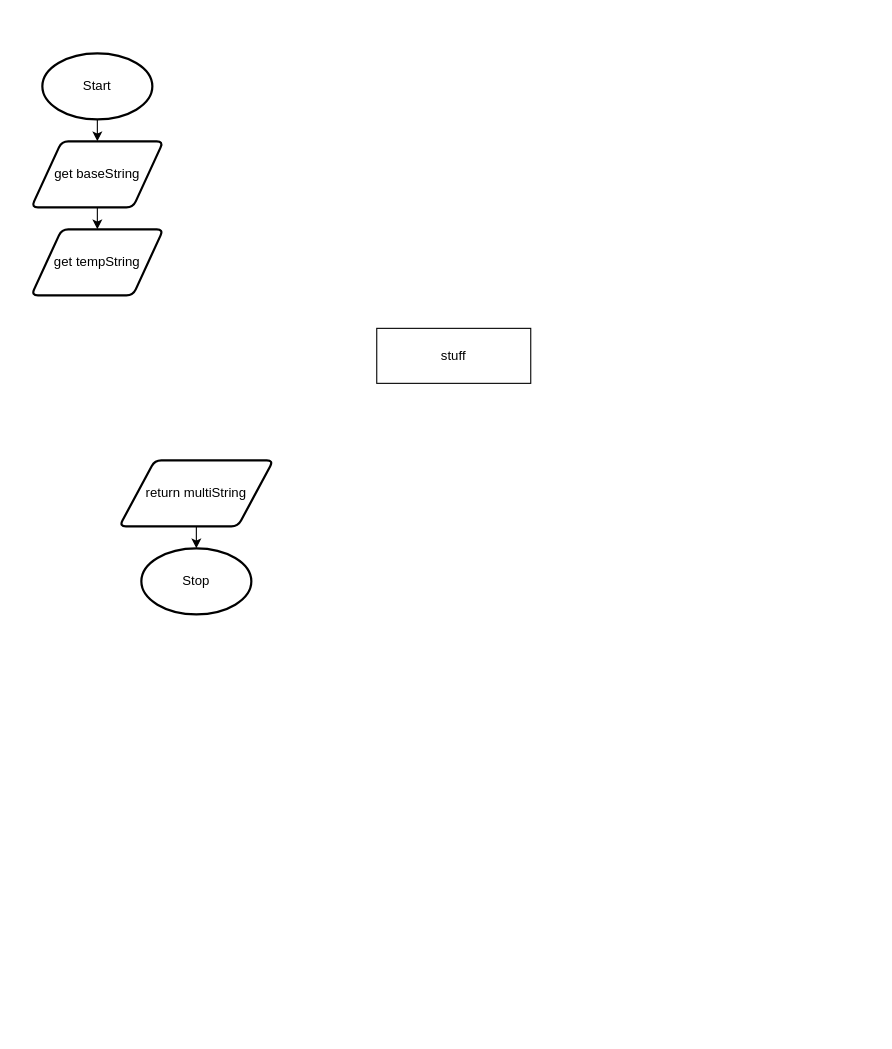
Earlier version of the draw.io diagram drawio/flowchart.drawio (Aidan-Lalonde-Novales/ics4u-assignment2-typescript). Source tidied: cells renumbered, new cells numbered last; positions are measured from the earlier drawing's top-left corner, leaving out a move shared by most shapes. Both pictures are drawn from the tidied source at 110%, with x=0, y=0 at pixel (31, 53).
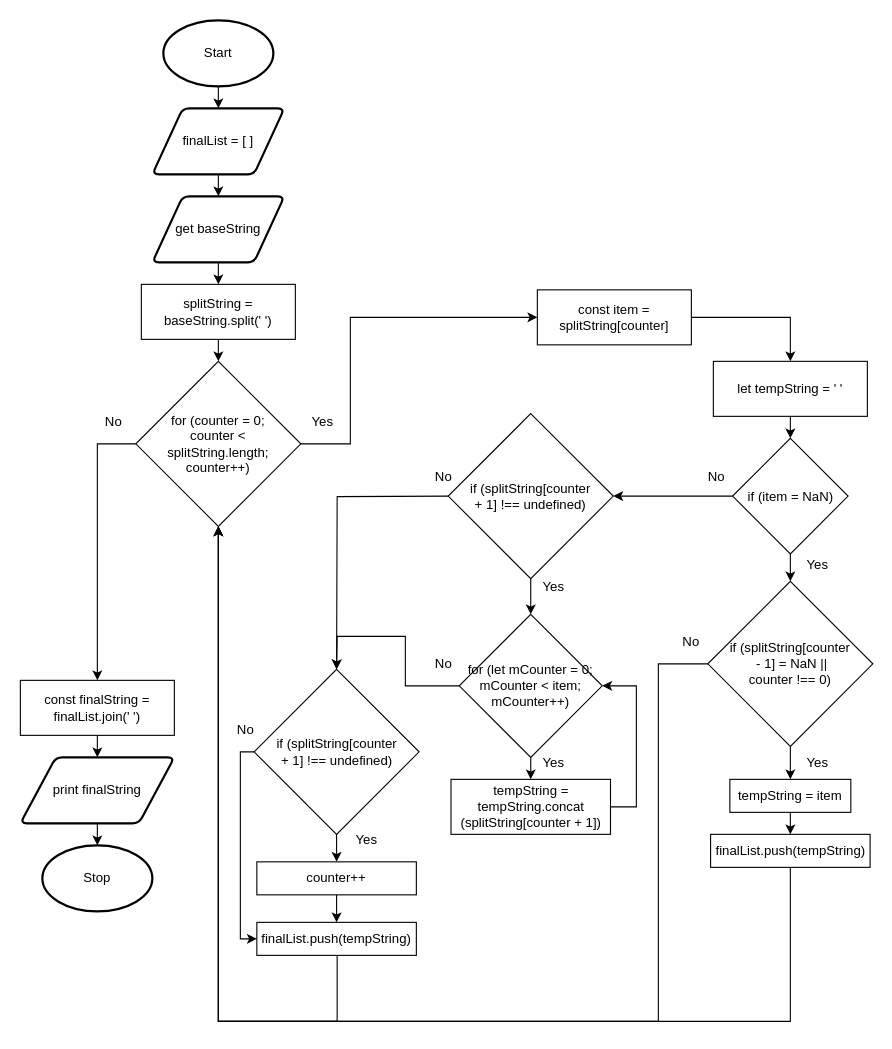
After the change.

Change to the diagram source:
```diff
@@
-    <mxCell id="2" style="edgeStyle=none;html=1;exitX=0.5;exitY=1;exitDx=0;exitDy=0;exitPerimeter=0;entryX=0.5;entryY=0;entryDx=0;entryDy=0;" parent="1" edge="1" source="3" target="5">
-      <mxGeometry relative="1" as="geometry" />
-    </mxCell>
+    <mxCell id="11" style="edgeStyle=none;html=1;exitX=0.5;exitY=1;exitDx=0;exitDy=0;exitPerimeter=0;entryX=0.5;entryY=0;entryDx=0;entryDy=0;" parent="1" edge="1" source="3" target="15">
+      <mxGeometry relative="1" as="geometry" />
+    </mxCell>
     <mxCell id="3" value="Start" style="strokeWidth=2;html=1;shape=mxgraph.flowchart.start_1;whiteSpace=wrap;" parent="1" vertex="1">
-      <mxGeometry x="10" width="100" height="60" as="geometry" />
+      <mxGeometry x="120" y="-30" width="100" height="60" as="geometry" />
     </mxCell>
-    <mxCell id="4" style="edgeStyle=none;html=1;exitX=0.5;exitY=1;exitDx=0;exitDy=0;entryX=0.5;entryY=0;entryDx=0;entryDy=0;" parent="1" edge="1" source="5" target="10">
-      <mxGeometry relative="1" as="geometry" />
-    </mxCell>
+    <mxCell id="12" style="edgeStyle=none;html=1;exitX=0.5;exitY=1;exitDx=0;exitDy=0;entryX=0.5;entryY=0;entryDx=0;entryDy=0;" parent="1" edge="1" source="5" target="7">
+      <mxGeometry relative="1" as="geometry" />
+    </mxCell>
     <mxCell id="5" value="get baseString" style="shape=parallelogram;html=1;strokeWidth=2;perimeter=parallelogramPerimeter;whiteSpace=wrap;rounded=1;arcSize=12;size=0.23;" parent="1" vertex="1">
-      <mxGeometry y="80" width="120" height="60" as="geometry" />
+      <mxGeometry x="110" y="130" width="120" height="60" as="geometry" />
     </mxCell>
     <mxCell id="6" value="Stop" style="strokeWidth=2;html=1;shape=mxgraph.flowchart.start_1;whiteSpace=wrap;" parent="1" vertex="1">
-      <mxGeometry x="100" y="450" width="100" height="60" as="geometry" />
+      <mxGeometry x="10" y="720" width="100" height="60" as="geometry" />
     </mxCell>
+    <mxCell id="13" style="edgeStyle=none;html=1;exitX=0.5;exitY=1;exitDx=0;exitDy=0;entryX=0.5;entryY=0;entryDx=0;entryDy=0;" parent="1" edge="1" source="7" target="18">
+      <mxGeometry relative="1" as="geometry" />
+    </mxCell>
-    <mxCell id="7" value="stuff" style="rounded=0;whiteSpace=wrap;html=1;" parent="1" vertex="1">
-      <mxGeometry x="314" y="250" width="140" height="50" as="geometry" />
+    <mxCell id="7" value="splitString = baseString.split(' ')" style="rounded=0;whiteSpace=wrap;html=1;" parent="1" vertex="1">
+      <mxGeometry x="100" y="210" width="140" height="50" as="geometry" />
     </mxCell>
-    <mxCell id="8" style="edgeStyle=none;html=1;exitX=0.5;exitY=1;exitDx=0;exitDy=0;entryX=0.5;entryY=0;entryDx=0;entryDy=0;entryPerimeter=0;" parent="1" edge="1" source="9" target="6">
+    <mxCell id="8" style="edgeStyle=none;rounded=0;html=1;exitX=0.5;exitY=1;exitDx=0;exitDy=0;entryX=0.5;entryY=0;entryDx=0;entryDy=0;entryPerimeter=0;" parent="1" edge="1" source="9" target="6">
       <mxGeometry relative="1" as="geometry" />
     </mxCell>
-    <mxCell id="9" value="return multiString" style="shape=parallelogram;html=1;strokeWidth=2;perimeter=parallelogramPerimeter;whiteSpace=wrap;rounded=1;arcSize=12;size=0.23;" parent="1" vertex="1">
-      <mxGeometry x="80" y="370" width="140" height="60" as="geometry" />
+    <mxCell id="9" value="print finalString" style="shape=parallelogram;html=1;strokeWidth=2;perimeter=parallelogramPerimeter;whiteSpace=wrap;rounded=1;arcSize=12;size=0.23;" parent="1" vertex="1">
+      <mxGeometry x="-10" y="640" width="140" height="60" as="geometry" />
     </mxCell>
-    <mxCell id="10" value="get tempString" style="shape=parallelogram;html=1;strokeWidth=2;perimeter=parallelogramPerimeter;whiteSpace=wrap;rounded=1;arcSize=12;size=0.23;" parent="1" vertex="1">
-      <mxGeometry y="160" width="120" height="60" as="geometry" />
-    </mxCell>
+    <mxCell id="14" style="edgeStyle=none;html=1;exitX=0.5;exitY=1;exitDx=0;exitDy=0;entryX=0.5;entryY=0;entryDx=0;entryDy=0;" parent="1" edge="1" source="15" target="5">
+      <mxGeometry relative="1" as="geometry" />
+    </mxCell>
+    <mxCell id="15" value="finalList = [ ]" style="shape=parallelogram;html=1;strokeWidth=2;perimeter=parallelogramPerimeter;whiteSpace=wrap;rounded=1;arcSize=12;size=0.23;" parent="1" vertex="1">
+      <mxGeometry x="110" y="50" width="120" height="60" as="geometry" />
+    </mxCell>
+    <mxCell id="16" style="edgeStyle=none;rounded=0;html=1;exitX=1;exitY=0.5;exitDx=0;exitDy=0;entryX=0;entryY=0.5;entryDx=0;entryDy=0;" parent="1" edge="1" source="18" target="22">
+      <mxGeometry relative="1" as="geometry">
+        <Array as="points">
+          <mxPoint x="290" y="355" />
+          <mxPoint x="290" y="240" />
+        </Array>
+      </mxGeometry>
+    </mxCell>
+    <mxCell id="17" style="edgeStyle=none;rounded=0;html=1;exitX=0;exitY=0.5;exitDx=0;exitDy=0;entryX=0.5;entryY=0;entryDx=0;entryDy=0;" parent="1" edge="1" source="18" target="26">
+      <mxGeometry relative="1" as="geometry">
+        <Array as="points">
+          <mxPoint x="60" y="355" />
+        </Array>
+      </mxGeometry>
+    </mxCell>
+    <mxCell id="18" value="for (counter = 0; &lt;br&gt;counter &amp;lt; &lt;br&gt;splitString.length; counter++)" style="rhombus;whiteSpace=wrap;html=1;" parent="1" vertex="1">
+      <mxGeometry x="95" y="280" width="150" height="150" as="geometry" />
+    </mxCell>
+    <mxCell id="19" value="No" style="text;html=1;strokeColor=none;fillColor=none;align=center;verticalAlign=middle;whiteSpace=wrap;rounded=0;" parent="1" vertex="1">
+      <mxGeometry x="60" y="320" width="30" height="30" as="geometry" />
+    </mxCell>
+    <mxCell id="20" value="Yes" style="text;html=1;strokeColor=none;fillColor=none;align=center;verticalAlign=middle;whiteSpace=wrap;rounded=0;" parent="1" vertex="1">
+      <mxGeometry x="250" y="320" width="30" height="30" as="geometry" />
+    </mxCell>
+    <mxCell id="21" style="edgeStyle=none;rounded=0;html=1;exitX=1;exitY=0.5;exitDx=0;exitDy=0;" parent="1" edge="1" source="22">
+      <mxGeometry relative="1" as="geometry">
+        <mxPoint x="690" y="280" as="targetPoint" />
+        <Array as="points">
+          <mxPoint x="690" y="240" />
+        </Array>
+      </mxGeometry>
+    </mxCell>
+    <mxCell id="22" value="const item = splitString[counter]" style="rounded=0;whiteSpace=wrap;html=1;" parent="1" vertex="1">
+      <mxGeometry x="460" y="215" width="140" height="50" as="geometry" />
+    </mxCell>
+    <mxCell id="23" style="edgeStyle=none;rounded=0;html=1;exitX=0.5;exitY=1;exitDx=0;exitDy=0;entryX=0.5;entryY=0;entryDx=0;entryDy=0;" parent="1" edge="1" source="24" target="29">
+      <mxGeometry relative="1" as="geometry" />
+    </mxCell>
+    <mxCell id="24" value="let tempString = ' '" style="rounded=0;whiteSpace=wrap;html=1;" parent="1" vertex="1">
+      <mxGeometry x="620" y="280" width="140" height="50" as="geometry" />
+    </mxCell>
+    <mxCell id="25" style="edgeStyle=none;rounded=0;html=1;exitX=0.5;exitY=1;exitDx=0;exitDy=0;entryX=0.5;entryY=0;entryDx=0;entryDy=0;" parent="1" edge="1" source="26" target="9">
+      <mxGeometry relative="1" as="geometry" />
+    </mxCell>
+    <mxCell id="26" value="const finalString = finalList.join(' ')" style="rounded=0;whiteSpace=wrap;html=1;" parent="1" vertex="1">
+      <mxGeometry x="-10" y="570" width="140" height="50" as="geometry" />
+    </mxCell>
+    <mxCell id="27" style="edgeStyle=none;rounded=0;html=1;exitX=0.5;exitY=1;exitDx=0;exitDy=0;entryX=0.5;entryY=0;entryDx=0;entryDy=0;" parent="1" edge="1" source="29" target="34">
+      <mxGeometry relative="1" as="geometry" />
+    </mxCell>
+    <mxCell id="28" style="edgeStyle=none;rounded=0;html=1;exitX=0;exitY=0.5;exitDx=0;exitDy=0;entryX=1;entryY=0.5;entryDx=0;entryDy=0;" parent="1" edge="1" source="29" target="37">
+      <mxGeometry relative="1" as="geometry" />
+    </mxCell>
+    <mxCell id="29" value="if (item = NaN)" style="rhombus;whiteSpace=wrap;html=1;" parent="1" vertex="1">
+      <mxGeometry x="637.5" y="350" width="105" height="105" as="geometry" />
+    </mxCell>
+    <mxCell id="30" value="Yes" style="text;html=1;strokeColor=none;fillColor=none;align=center;verticalAlign=middle;whiteSpace=wrap;rounded=0;" parent="1" vertex="1">
+      <mxGeometry x="700" y="450" width="30" height="30" as="geometry" />
+    </mxCell>
+    <mxCell id="31" value="No" style="text;html=1;strokeColor=none;fillColor=none;align=center;verticalAlign=middle;whiteSpace=wrap;rounded=0;" parent="1" vertex="1">
+      <mxGeometry x="607.5" y="370" width="30" height="30" as="geometry" />
+    </mxCell>
+    <mxCell id="32" style="edgeStyle=none;rounded=0;html=1;exitX=0;exitY=0.5;exitDx=0;exitDy=0;entryX=0.5;entryY=1;entryDx=0;entryDy=0;" parent="1" edge="1" source="34" target="18">
+      <mxGeometry relative="1" as="geometry">
+        <Array as="points">
+          <mxPoint x="570" y="555" />
+          <mxPoint x="570" y="650" />
+          <mxPoint x="570" y="880" />
+          <mxPoint x="170" y="880" />
+        </Array>
+      </mxGeometry>
+    </mxCell>
+    <mxCell id="33" style="edgeStyle=none;rounded=0;html=1;exitX=0.5;exitY=1;exitDx=0;exitDy=0;entryX=0.5;entryY=0;entryDx=0;entryDy=0;" parent="1" edge="1" source="34" target="41">
+      <mxGeometry relative="1" as="geometry" />
+    </mxCell>
+    <mxCell id="34" value="if (splitString[counter&lt;br&gt;&amp;nbsp;- 1] = NaN || &lt;br&gt;counter !== 0)" style="rhombus;whiteSpace=wrap;html=1;" parent="1" vertex="1">
+      <mxGeometry x="615" y="480" width="150" height="150" as="geometry" />
+    </mxCell>
+    <mxCell id="35" style="edgeStyle=none;rounded=0;html=1;exitX=0.5;exitY=1;exitDx=0;exitDy=0;" parent="1" edge="1" source="37">
+      <mxGeometry relative="1" as="geometry">
+        <mxPoint x="454" y="510" as="targetPoint" />
+      </mxGeometry>
+    </mxCell>
+    <mxCell id="36" style="edgeStyle=none;rounded=0;html=1;exitX=0;exitY=0.5;exitDx=0;exitDy=0;entryX=0.5;entryY=0;entryDx=0;entryDy=0;" parent="1" edge="1" source="37" target="46">
+      <mxGeometry relative="1" as="geometry">
+        <Array as="points">
+          <mxPoint x="278" y="403" />
+        </Array>
+      </mxGeometry>
+    </mxCell>
+    <mxCell id="37" value="if (splitString[counter &lt;br&gt;+ 1] !== undefined)" style="rhombus;whiteSpace=wrap;html=1;" parent="1" vertex="1">
+      <mxGeometry x="379" y="327.5" width="150" height="150" as="geometry" />
+    </mxCell>
+    <mxCell id="38" value="No" style="text;html=1;strokeColor=none;fillColor=none;align=center;verticalAlign=middle;whiteSpace=wrap;rounded=0;" parent="1" vertex="1">
+      <mxGeometry x="585" y="520" width="30" height="30" as="geometry" />
+    </mxCell>
+    <mxCell id="39" value="Yes" style="text;html=1;strokeColor=none;fillColor=none;align=center;verticalAlign=middle;whiteSpace=wrap;rounded=0;" parent="1" vertex="1">
+      <mxGeometry x="700" y="630" width="30" height="30" as="geometry" />
+    </mxCell>
+    <mxCell id="40" style="edgeStyle=none;rounded=0;html=1;exitX=0.5;exitY=1;exitDx=0;exitDy=0;entryX=0.5;entryY=0;entryDx=0;entryDy=0;" parent="1" edge="1" source="41" target="43">
+      <mxGeometry relative="1" as="geometry" />
+    </mxCell>
+    <mxCell id="41" value="tempString = item" style="rounded=0;whiteSpace=wrap;html=1;" parent="1" vertex="1">
+      <mxGeometry x="635" y="660" width="110" height="30" as="geometry" />
+    </mxCell>
+    <mxCell id="42" style="edgeStyle=none;rounded=0;html=1;exitX=0.5;exitY=1;exitDx=0;exitDy=0;entryX=0.5;entryY=1;entryDx=0;entryDy=0;" parent="1" edge="1" source="43" target="18">
+      <mxGeometry relative="1" as="geometry">
+        <Array as="points">
+          <mxPoint x="690" y="880" />
+          <mxPoint x="170" y="880" />
+        </Array>
+      </mxGeometry>
+    </mxCell>
+    <mxCell id="43" value="finalList.push(tempString)" style="rounded=0;whiteSpace=wrap;html=1;" parent="1" vertex="1">
+      <mxGeometry x="617.5" y="710" width="145" height="30" as="geometry" />
+    </mxCell>
+    <mxCell id="44" style="edgeStyle=none;rounded=0;html=1;exitX=0;exitY=0.5;exitDx=0;exitDy=0;entryX=0;entryY=0.5;entryDx=0;entryDy=0;" parent="1" edge="1" source="46" target="50">
+      <mxGeometry relative="1" as="geometry">
+        <Array as="points">
+          <mxPoint x="190" y="635" />
+          <mxPoint x="190" y="805" />
+        </Array>
+      </mxGeometry>
+    </mxCell>
+    <mxCell id="45" style="edgeStyle=none;rounded=0;html=1;exitX=0.5;exitY=1;exitDx=0;exitDy=0;entryX=0.5;entryY=0;entryDx=0;entryDy=0;" parent="1" edge="1" source="46" target="52">
+      <mxGeometry relative="1" as="geometry" />
+    </mxCell>
+    <mxCell id="46" value="if (splitString[counter &lt;br&gt;+ 1] !== undefined)" style="rhombus;whiteSpace=wrap;html=1;" parent="1" vertex="1">
+      <mxGeometry x="202.5" y="560" width="150" height="150" as="geometry" />
+    </mxCell>
+    <mxCell id="47" value="No" style="text;html=1;strokeColor=none;fillColor=none;align=center;verticalAlign=middle;whiteSpace=wrap;rounded=0;" parent="1" vertex="1">
+      <mxGeometry x="360" y="370" width="30" height="30" as="geometry" />
+    </mxCell>
+    <mxCell id="48" value="Yes" style="text;html=1;strokeColor=none;fillColor=none;align=center;verticalAlign=middle;whiteSpace=wrap;rounded=0;" parent="1" vertex="1">
+      <mxGeometry x="460" y="470" width="30" height="30" as="geometry" />
+    </mxCell>
+    <mxCell id="49" style="edgeStyle=none;rounded=0;html=1;entryX=0.5;entryY=1;entryDx=0;entryDy=0;" parent="1" edge="1" target="18">
+      <mxGeometry relative="1" as="geometry">
+        <mxPoint x="278" y="820" as="sourcePoint" />
+        <Array as="points">
+          <mxPoint x="278" y="880" />
+          <mxPoint x="170" y="880" />
+        </Array>
+      </mxGeometry>
+    </mxCell>
+    <mxCell id="50" value="finalList.push(tempString)" style="rounded=0;whiteSpace=wrap;html=1;" parent="1" vertex="1">
+      <mxGeometry x="205" y="790" width="145" height="30" as="geometry" />
+    </mxCell>
+    <mxCell id="51" style="edgeStyle=none;rounded=0;html=1;exitX=0.5;exitY=1;exitDx=0;exitDy=0;entryX=0.5;entryY=0;entryDx=0;entryDy=0;" parent="1" edge="1" source="52" target="50">
+      <mxGeometry relative="1" as="geometry" />
+    </mxCell>
+    <mxCell id="52" value="counter++" style="rounded=0;whiteSpace=wrap;html=1;" parent="1" vertex="1">
+      <mxGeometry x="205" y="735" width="145" height="30" as="geometry" />
+    </mxCell>
+    <mxCell id="53" value="No" style="text;html=1;strokeColor=none;fillColor=none;align=center;verticalAlign=middle;whiteSpace=wrap;rounded=0;" parent="1" vertex="1">
+      <mxGeometry x="180" y="600" width="30" height="30" as="geometry" />
+    </mxCell>
+    <mxCell id="54" value="Yes" style="text;html=1;strokeColor=none;fillColor=none;align=center;verticalAlign=middle;whiteSpace=wrap;rounded=0;" parent="1" vertex="1">
+      <mxGeometry x="290" y="700" width="30" height="30" as="geometry" />
+    </mxCell>
+    <mxCell id="55" style="edgeStyle=none;rounded=0;html=1;exitX=0.5;exitY=1;exitDx=0;exitDy=0;entryX=0.5;entryY=0;entryDx=0;entryDy=0;" parent="1" edge="1" source="57" target="59">
+      <mxGeometry relative="1" as="geometry" />
+    </mxCell>
+    <mxCell id="56" style="edgeStyle=none;rounded=0;html=1;exitX=0;exitY=0.5;exitDx=0;exitDy=0;entryX=0.5;entryY=0;entryDx=0;entryDy=0;" parent="1" edge="1" source="57" target="46">
+      <mxGeometry relative="1" as="geometry">
+        <Array as="points">
+          <mxPoint x="340" y="575" />
+          <mxPoint x="340" y="530" />
+          <mxPoint x="278" y="530" />
+        </Array>
+      </mxGeometry>
+    </mxCell>
+    <mxCell id="57" value="for (let mCounter = 0; mCounter &amp;lt; item; mCounter++)" style="rhombus;whiteSpace=wrap;html=1;" parent="1" vertex="1">
+      <mxGeometry x="389" y="510" width="130" height="130" as="geometry" />
+    </mxCell>
+    <mxCell id="58" style="edgeStyle=none;rounded=0;html=1;exitX=1;exitY=0.5;exitDx=0;exitDy=0;entryX=1;entryY=0.5;entryDx=0;entryDy=0;" parent="1" edge="1" source="59" target="57">
+      <mxGeometry relative="1" as="geometry">
+        <Array as="points">
+          <mxPoint x="550" y="685" />
+          <mxPoint x="550" y="575" />
+        </Array>
+      </mxGeometry>
+    </mxCell>
+    <mxCell id="59" value="tempString = tempString.concat&lt;br&gt;(splitString[counter + 1])" style="rounded=0;whiteSpace=wrap;html=1;" parent="1" vertex="1">
+      <mxGeometry x="381.5" y="660" width="145" height="50" as="geometry" />
+    </mxCell>
+    <mxCell id="60" value="Yes" style="text;html=1;strokeColor=none;fillColor=none;align=center;verticalAlign=middle;whiteSpace=wrap;rounded=0;" parent="1" vertex="1">
+      <mxGeometry x="460" y="630" width="30" height="30" as="geometry" />
+    </mxCell>
+    <mxCell id="61" value="No" style="text;html=1;strokeColor=none;fillColor=none;align=center;verticalAlign=middle;whiteSpace=wrap;rounded=0;" parent="1" vertex="1">
+      <mxGeometry x="360" y="540" width="30" height="30" as="geometry" />
+    </mxCell>
```
